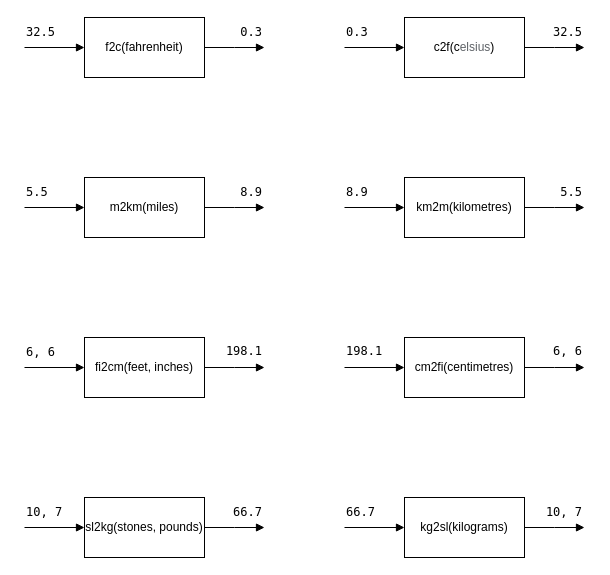
MrFriendCS/MrFriendCS.github.io keeps this draw.io diagram as page "functions" (1 of 2) of higher/H-SDD-Convert/assets/H SDD Convert.drawio. Above is the earlier version. Source tidied: cells renumbered, new cells numbered last; positions are measured from the earlier drawing's top-left corner, leaving out a move shared by most shapes. Both pictures are drawn from the tidied source at 100%, with x=0, y=0 at pixel (24, 17).
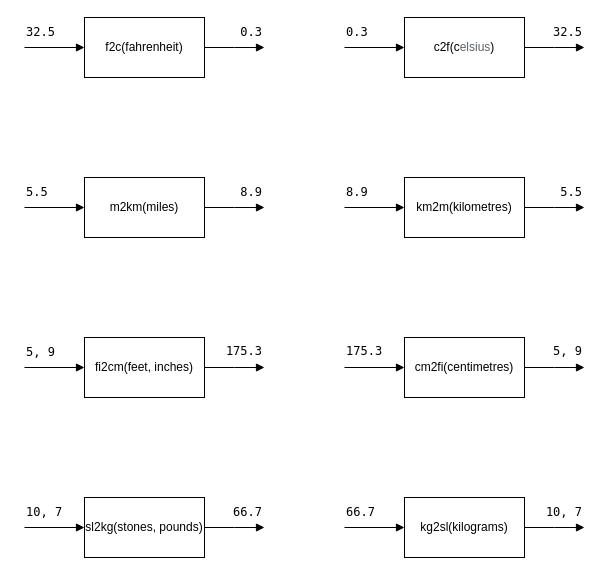
The same diagram, later.

The edit, as a diff of the source:
```diff
@@
-    <mxCell id="14" value="&lt;font style=&quot;font-size: 12px;&quot; face=&quot;Lucida Console&quot;&gt;6, 6&lt;/font&gt;" style="text;html=1;strokeColor=none;fillColor=none;align=left;verticalAlign=middle;whiteSpace=wrap;rounded=0;fontFamily=Helvetica;fontSize=11;fontColor=default;" parent="1" vertex="1">
+    <mxCell id="14" value="&lt;font style=&quot;font-size: 12px;&quot; face=&quot;Lucida Console&quot;&gt;5, 9&lt;/font&gt;" style="text;html=1;strokeColor=none;fillColor=none;align=left;verticalAlign=middle;whiteSpace=wrap;rounded=0;fontFamily=Helvetica;fontSize=11;fontColor=default;" parent="1" vertex="1">
       <mxGeometry y="320" width="60" height="30" as="geometry" />
     </mxCell>
-    <mxCell id="15" value="&lt;font style=&quot;font-size: 12px;&quot; face=&quot;Lucida Console&quot;&gt;198.1&lt;/font&gt;" style="text;html=1;strokeColor=none;fillColor=none;align=right;verticalAlign=middle;whiteSpace=wrap;rounded=0;fontFamily=Helvetica;fontSize=11;fontColor=default;" parent="1" vertex="1">
+    <mxCell id="15" value="&lt;font style=&quot;font-size: 12px;&quot; face=&quot;Lucida Console&quot;&gt;175.3&lt;/font&gt;" style="text;html=1;strokeColor=none;fillColor=none;align=right;verticalAlign=middle;whiteSpace=wrap;rounded=0;fontFamily=Helvetica;fontSize=11;fontColor=default;" parent="1" vertex="1">
       <mxGeometry x="180" y="319" width="60" height="30" as="geometry" />
     </mxCell>
@@
-    <mxCell id="19" value="&lt;font style=&quot;font-size: 12px;&quot; face=&quot;Lucida Console&quot;&gt;198.1&lt;/font&gt;" style="text;html=1;strokeColor=none;fillColor=none;align=left;verticalAlign=middle;whiteSpace=wrap;rounded=0;fontFamily=Helvetica;fontSize=11;fontColor=default;" parent="1" vertex="1">
+    <mxCell id="19" value="&lt;font style=&quot;font-size: 12px;&quot; face=&quot;Lucida Console&quot;&gt;175.3&lt;/font&gt;" style="text;html=1;strokeColor=none;fillColor=none;align=left;verticalAlign=middle;whiteSpace=wrap;rounded=0;fontFamily=Helvetica;fontSize=11;fontColor=default;" parent="1" vertex="1">
       <mxGeometry x="320" y="319" width="60" height="30" as="geometry" />
     </mxCell>
-    <mxCell id="20" value="&lt;font style=&quot;font-size: 12px;&quot; face=&quot;Lucida Console&quot;&gt;6, 6&lt;/font&gt;" style="text;html=1;strokeColor=none;fillColor=none;align=right;verticalAlign=middle;whiteSpace=wrap;rounded=0;fontFamily=Helvetica;fontSize=11;fontColor=default;" parent="1" vertex="1">
+    <mxCell id="20" value="&lt;font style=&quot;font-size: 12px;&quot; face=&quot;Lucida Console&quot;&gt;5, 9&lt;/font&gt;" style="text;html=1;strokeColor=none;fillColor=none;align=right;verticalAlign=middle;whiteSpace=wrap;rounded=0;fontFamily=Helvetica;fontSize=11;fontColor=default;" parent="1" vertex="1">
       <mxGeometry x="500" y="319" width="60" height="30" as="geometry" />
     </mxCell>
```
